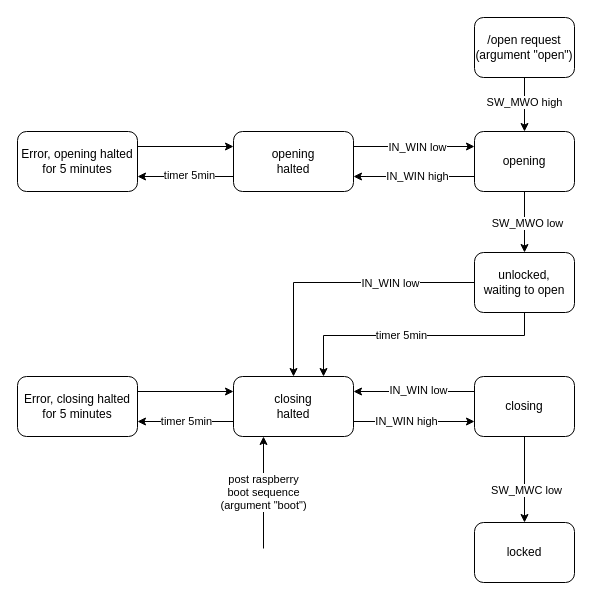
Earlier version of the draw.io diagram Elektronik/Raspberry-Motorsteuerung/Software/software_flow_diagram.drawio (fablabcb/fablock). Source tidied: cells renumbered, new cells numbered last; positions are measured from the earlier drawing's top-left corner, leaving out a move shared by most shapes. Both pictures are drawn from the tidied source at 100%, with x=0, y=0 at pixel (17, 17).
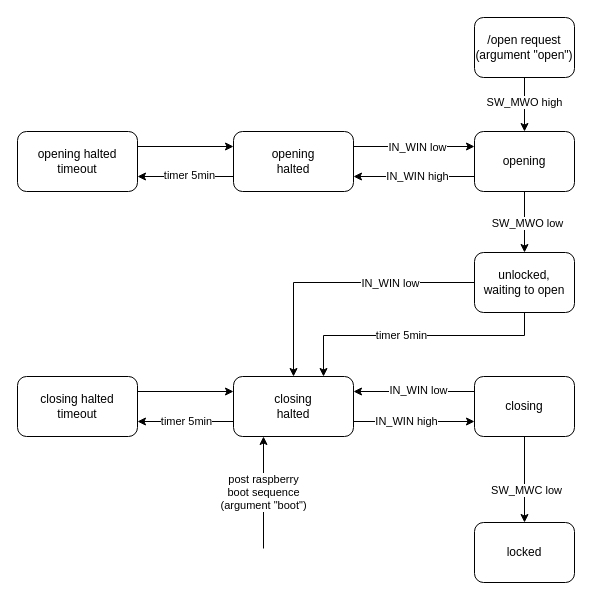
The same page after the edit.

What changed in the source:
```diff
@@
-    <mxCell id="33" value="&lt;div&gt;Error, opening halted for 5 minutes&lt;br&gt;&lt;/div&gt;" style="rounded=1;whiteSpace=wrap;html=1;" parent="1" vertex="1">
+    <mxCell id="33" value="&lt;div&gt;opening halted timeout&lt;br&gt;&lt;/div&gt;" style="rounded=1;whiteSpace=wrap;html=1;" parent="1" vertex="1">
       <mxGeometry y="114" width="120" height="60" as="geometry" />
     </mxCell>
@@
-    <mxCell id="35" value="&lt;div&gt;Error, closing halted for 5 minutes&lt;br&gt;&lt;/div&gt;" style="rounded=1;whiteSpace=wrap;html=1;" parent="1" vertex="1">
+    <mxCell id="35" value="&lt;div&gt;closing halted &lt;br&gt;timeout&lt;/div&gt;" style="rounded=1;whiteSpace=wrap;html=1;" parent="1" vertex="1">
       <mxGeometry y="359" width="120" height="60" as="geometry" />
     </mxCell>
```
